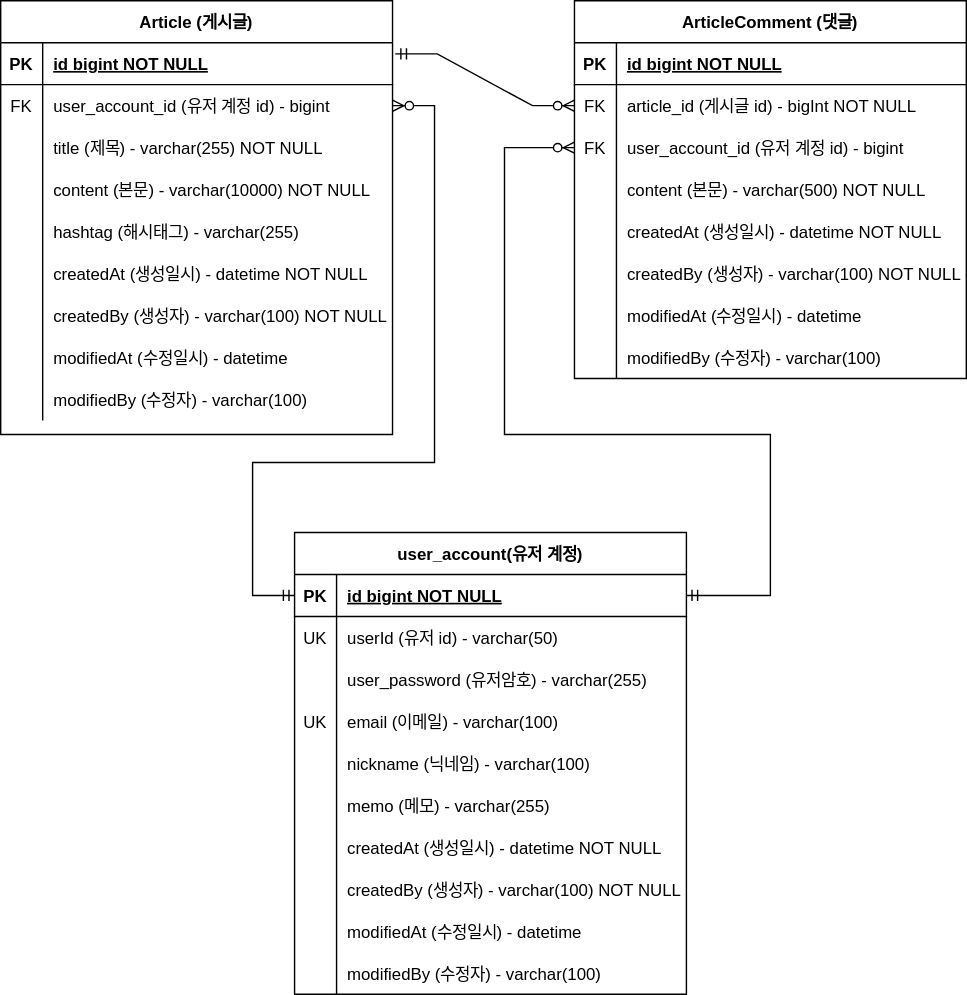
This is document/project-board-erd.svg from HyoseopSong/fastcampus-project-board, a draw.io export, as it was before one commit. Source tidied: cells renumbered, new cells last; positions are measured from the earlier drawing's top-left corner, leaving out a move shared by most shapes.
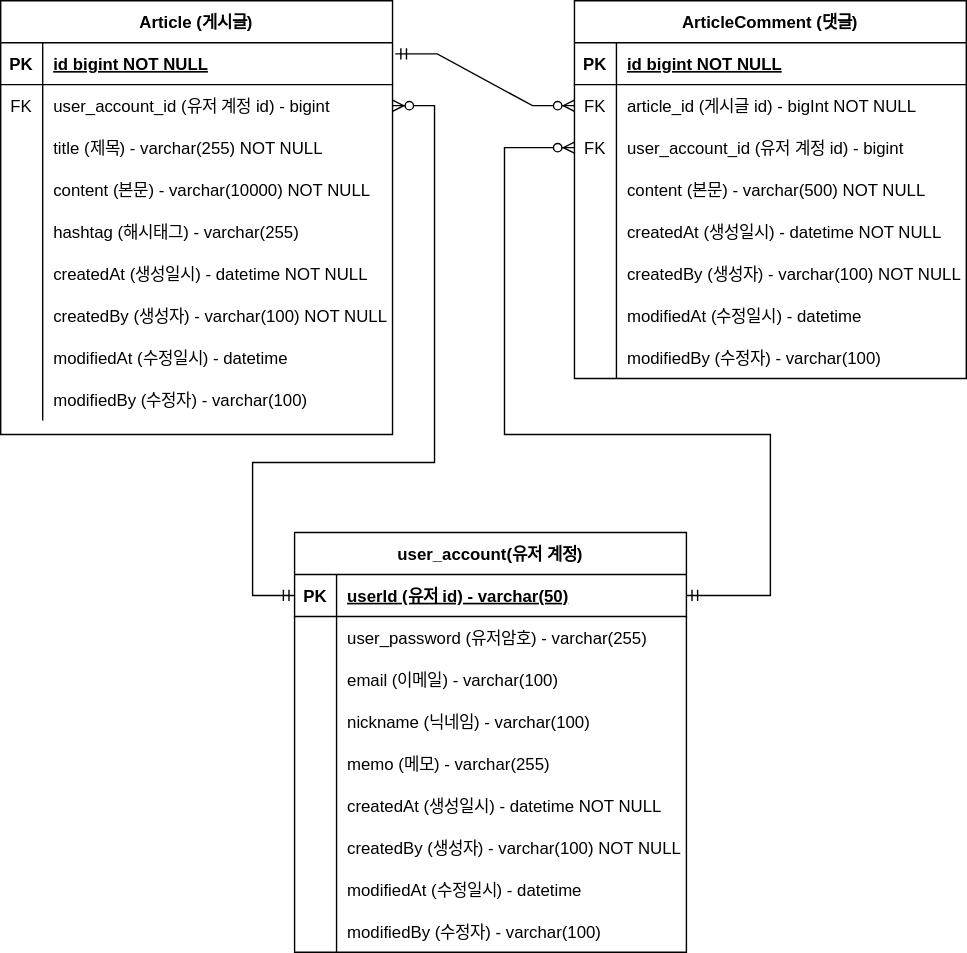
The same file after the commit.

Commit message:
#30 - ERD 문서 수정: 회원 계정 user_id 를 PK 로 변경

Change to the diagram source:
```diff
@@ -165,7 +165,7 @@
       <mxGeometry relative="1" as="geometry" />
     </mxCell>
     <mxCell id="56" value="user_account(유저 계정)" style="shape=table;startSize=30;rowLines=0;fontStyle=1;align=center;" parent="1" vertex="1">
-      <mxGeometry x="210" y="380" width="280" height="330" as="geometry" />
+      <mxGeometry x="210" y="380" width="280" height="300" as="geometry" />
     </mxCell>
     <mxCell id="57" style="shape=partialRectangle;fillColor=none;points=[[0,0.5],[1,0.5]];portConstraint=eastwest;top=0;left=0;right=0;bottom=1;" parent="56" vertex="1">
       <mxGeometry y="30" width="280" height="30" as="geometry" />
@@ -173,20 +173,11 @@
     <mxCell id="58" value="PK" style="shape=partialRectangle;overflow=hidden;fillColor=none;top=0;left=0;bottom=0;right=0;fontStyle=1;" parent="57" vertex="1">
       <mxGeometry width="30" height="30" as="geometry" />
     </mxCell>
-    <mxCell id="59" value="id bigint NOT NULL " style="shape=partialRectangle;overflow=hidden;fillColor=none;top=0;left=0;bottom=0;right=0;align=left;spacingLeft=6;fontStyle=5;" parent="57" vertex="1">
+    <mxCell id="59" value="userId (유저 id) - varchar(50)" style="shape=partialRectangle;overflow=hidden;fillColor=none;top=0;left=0;bottom=0;right=0;align=left;spacingLeft=6;fontStyle=5;" parent="57" vertex="1">
       <mxGeometry x="30" width="250" height="30" as="geometry" />
     </mxCell>
-    <mxCell id="60" style="shape=partialRectangle;fillColor=none;top=0;left=0;right=0;bottom=0;" parent="56" vertex="1">
-      <mxGeometry y="60" width="280" height="30" as="geometry" />
-    </mxCell>
-    <mxCell id="61" value="UK" style="shape=partialRectangle;overflow=hidden;fillColor=none;top=0;left=0;bottom=0;right=0;" parent="60" vertex="1">
-      <mxGeometry width="30" height="30" as="geometry" />
-    </mxCell>
-    <mxCell id="62" value="userId (유저 id) - varchar(50)" style="shape=partialRectangle;overflow=hidden;fillColor=none;top=0;left=0;bottom=0;right=0;align=left;spacingLeft=6;" parent="60" vertex="1">
-      <mxGeometry x="30" width="250" height="30" as="geometry" />
-    </mxCell>
     <mxCell id="63" style="shape=partialRectangle;fillColor=none;top=0;left=0;right=0;bottom=0;" parent="56" vertex="1">
-      <mxGeometry y="90" width="280" height="30" as="geometry" />
+      <mxGeometry y="60" width="280" height="30" as="geometry" />
     </mxCell>
     <mxCell id="64" style="shape=partialRectangle;overflow=hidden;fillColor=none;top=0;left=0;bottom=0;right=0;" parent="63" vertex="1">
       <mxGeometry width="30" height="30" as="geometry" />
@@ -195,16 +186,16 @@
       <mxGeometry x="30" width="250" height="30" as="geometry" />
     </mxCell>
     <mxCell id="66" style="shape=partialRectangle;fillColor=none;top=0;left=0;right=0;bottom=0;" parent="56" vertex="1">
-      <mxGeometry y="120" width="280" height="30" as="geometry" />
+      <mxGeometry y="90" width="280" height="30" as="geometry" />
     </mxCell>
-    <mxCell id="67" value="UK" style="shape=partialRectangle;overflow=hidden;fillColor=none;top=0;left=0;bottom=0;right=0;" parent="66" vertex="1">
+    <mxCell id="67" style="shape=partialRectangle;overflow=hidden;fillColor=none;top=0;left=0;bottom=0;right=0;" parent="66" vertex="1">
       <mxGeometry width="30" height="30" as="geometry" />
     </mxCell>
     <mxCell id="68" value="email (이메일) - varchar(100)" style="shape=partialRectangle;overflow=hidden;fillColor=none;top=0;left=0;bottom=0;right=0;align=left;spacingLeft=6;" parent="66" vertex="1">
       <mxGeometry x="30" width="250" height="30" as="geometry" />
     </mxCell>
     <mxCell id="69" style="shape=partialRectangle;fillColor=none;top=0;left=0;right=0;bottom=0;" parent="56" vertex="1">
-      <mxGeometry y="150" width="280" height="30" as="geometry" />
+      <mxGeometry y="120" width="280" height="30" as="geometry" />
     </mxCell>
     <mxCell id="70" style="shape=partialRectangle;overflow=hidden;fillColor=none;top=0;left=0;bottom=0;right=0;" parent="69" vertex="1">
       <mxGeometry width="30" height="30" as="geometry" />
@@ -213,7 +204,7 @@
       <mxGeometry x="30" width="250" height="30" as="geometry" />
     </mxCell>
     <mxCell id="72" style="shape=partialRectangle;fillColor=none;top=0;left=0;right=0;bottom=0;" parent="56" vertex="1">
-      <mxGeometry y="180" width="280" height="30" as="geometry" />
+      <mxGeometry y="150" width="280" height="30" as="geometry" />
     </mxCell>
     <mxCell id="73" style="shape=partialRectangle;overflow=hidden;fillColor=none;top=0;left=0;bottom=0;right=0;" parent="72" vertex="1">
       <mxGeometry width="30" height="30" as="geometry" />
@@ -222,7 +213,7 @@
       <mxGeometry x="30" width="250" height="30" as="geometry" />
     </mxCell>
     <mxCell id="75" style="shape=partialRectangle;fillColor=none;top=0;left=0;right=0;bottom=0;" parent="56" vertex="1">
-      <mxGeometry y="210" width="280" height="30" as="geometry" />
+      <mxGeometry y="180" width="280" height="30" as="geometry" />
     </mxCell>
     <mxCell id="76" style="shape=partialRectangle;overflow=hidden;fillColor=none;top=0;left=0;bottom=0;right=0;" parent="75" vertex="1">
       <mxGeometry width="30" height="30" as="geometry" />
@@ -231,7 +222,7 @@
       <mxGeometry x="30" width="250" height="30" as="geometry" />
     </mxCell>
     <mxCell id="78" style="shape=partialRectangle;fillColor=none;top=0;left=0;right=0;bottom=0;" parent="56" vertex="1">
-      <mxGeometry y="240" width="280" height="30" as="geometry" />
+      <mxGeometry y="210" width="280" height="30" as="geometry" />
     </mxCell>
     <mxCell id="79" style="shape=partialRectangle;overflow=hidden;fillColor=none;top=0;left=0;bottom=0;right=0;" parent="78" vertex="1">
       <mxGeometry width="30" height="30" as="geometry" />
@@ -240,7 +231,7 @@
       <mxGeometry x="30" width="250" height="30" as="geometry" />
     </mxCell>
     <mxCell id="81" style="shape=partialRectangle;fillColor=none;top=0;left=0;right=0;bottom=0;" parent="56" vertex="1">
-      <mxGeometry y="270" width="280" height="30" as="geometry" />
+      <mxGeometry y="240" width="280" height="30" as="geometry" />
     </mxCell>
     <mxCell id="82" style="shape=partialRectangle;overflow=hidden;fillColor=none;top=0;left=0;bottom=0;right=0;" parent="81" vertex="1">
       <mxGeometry width="30" height="30" as="geometry" />
@@ -249,7 +240,7 @@
       <mxGeometry x="30" width="250" height="30" as="geometry" />
     </mxCell>
     <mxCell id="84" style="shape=partialRectangle;fillColor=none;top=0;left=0;right=0;bottom=0;" parent="56" vertex="1">
-      <mxGeometry y="300" width="280" height="30" as="geometry" />
+      <mxGeometry y="270" width="280" height="30" as="geometry" />
     </mxCell>
     <mxCell id="85" style="shape=partialRectangle;overflow=hidden;fillColor=none;top=0;left=0;bottom=0;right=0;" parent="84" vertex="1">
       <mxGeometry width="30" height="30" as="geometry" />
```
